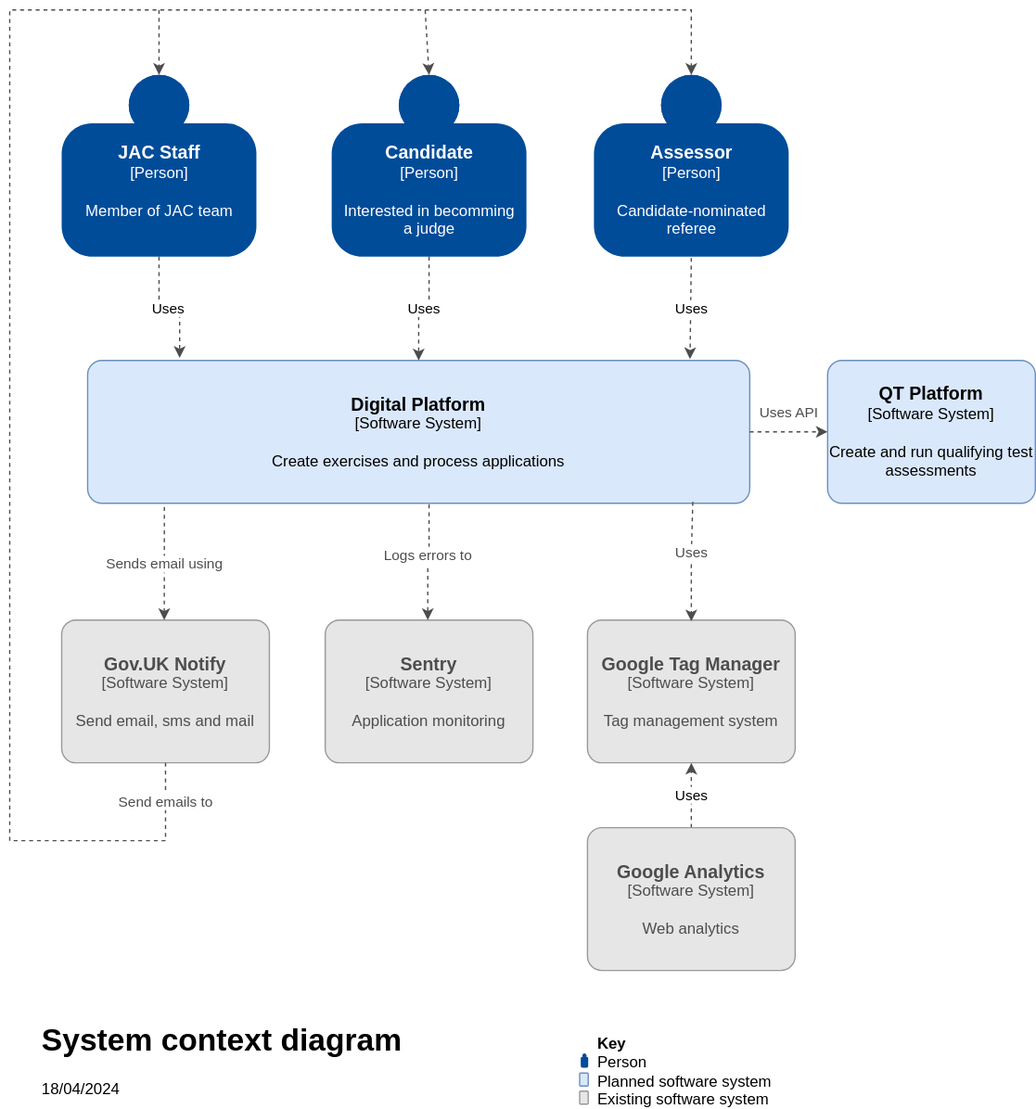
Above: docs/architecture/jac-digital-platform-architecture-Context.drawio.svg in jac-uk/documentation (draw.io), before the change. Source tidied: cells renumbered, new cells last; positions are measured from the earlier drawing's top-left corner, leaving out a move shared by most shapes. Its diagram source:
```xml
<mxGraphModel>
  <root>
    <mxCell id="0" />
    <mxCell id="1" parent="0" />
    <mxCell id="2" value="Uses" style="edgeStyle=orthogonalEdgeStyle;rounded=0;jettySize=auto;html=1;dashed=1;endArrow=classic;endFill=1;strokeColor=#4D4D4D;fontColor=#000000;entryX=0.139;entryY=-0.018;entryDx=0;entryDy=0;entryPerimeter=0;" parent="1" edge="1" source="3" target="8">
      <mxGeometry relative="1" as="geometry" />
    </mxCell>
    <mxCell id="3" value="&lt;div&gt;&lt;font size=&quot;1&quot;&gt;&lt;b style=&quot;font-size: 14px&quot;&gt;JAC Staff&lt;/b&gt;&lt;/font&gt;&lt;/div&gt;&lt;div&gt;[Person]&lt;b&gt;&lt;br&gt;&lt;/b&gt;&lt;/div&gt;&lt;div&gt;&lt;b&gt;&lt;br&gt;&lt;/b&gt;&lt;/div&gt;&lt;div&gt;Member of JAC team&lt;/div&gt;&lt;div&gt;&lt;b&gt;&lt;br&gt;&lt;/b&gt;&lt;/div&gt;" style="html=1;dashed=0;whitespace=wrap;shape=mxgraph.c4.person;align=center;points=[[0.5,0,0],[1,0.5,0],[1,0.75,0],[0.75,1,0],[0.5,1,0],[0.25,1,0],[0,0.75,0],[0,0.5,0]];fillColor=#004C99;fontColor=#FFFFFF;strokeColor=none;" parent="1" vertex="1">
      <mxGeometry x="40" y="50" width="150" height="140" as="geometry" />
    </mxCell>
    <mxCell id="4" style="edgeStyle=orthogonalEdgeStyle;rounded=0;orthogonalLoop=1;jettySize=auto;html=1;exitX=0.5;exitY=1;exitDx=0;exitDy=0;exitPerimeter=0;" parent="1" edge="1" source="3" target="3">
      <mxGeometry relative="1" as="geometry" />
    </mxCell>
    <mxCell id="5" value="&lt;div&gt;Uses&lt;/div&gt;" style="edgeStyle=orthogonalEdgeStyle;rounded=0;jettySize=auto;html=1;dashed=1;endArrow=classic;endFill=1;strokeColor=#4D4D4D;fontColor=#000000;" parent="1" edge="1" source="6" target="8">
      <mxGeometry relative="1" as="geometry" />
    </mxCell>
    <mxCell id="6" value="&lt;div&gt;&lt;font size=&quot;1&quot;&gt;&lt;b style=&quot;font-size: 14px&quot;&gt;Candidate&lt;/b&gt;&lt;/font&gt;&lt;/div&gt;&lt;div&gt;[Person]&lt;b&gt;&lt;br&gt;&lt;/b&gt;&lt;/div&gt;&lt;div&gt;&lt;b&gt;&lt;br&gt;&lt;/b&gt;&lt;/div&gt;&lt;div&gt;Interested in becomming&lt;/div&gt;&lt;div&gt; a judge&lt;b&gt;&lt;br&gt;&lt;/b&gt;&lt;/div&gt;" style="html=1;dashed=0;whitespace=wrap;shape=mxgraph.c4.person;align=center;points=[[0.5,0,0],[1,0.5,0],[1,0.75,0],[0.75,1,0],[0.5,1,0],[0.25,1,0],[0,0.75,0],[0,0.5,0]];fillColor=#004C99;fontColor=#FFFFFF;strokeColor=none;" parent="1" vertex="1">
      <mxGeometry x="248" y="50" width="150" height="140" as="geometry" />
    </mxCell>
    <mxCell id="7" value="&lt;div&gt;&lt;font size=&quot;1&quot;&gt;&lt;b style=&quot;font-size: 14px&quot;&gt;Assessor&lt;/b&gt;&lt;/font&gt;&lt;/div&gt;&lt;div&gt;[Person]&lt;b&gt;&lt;br&gt;&lt;/b&gt;&lt;/div&gt;&lt;div&gt;&lt;b&gt;&lt;br&gt;&lt;/b&gt;&lt;/div&gt;&lt;div&gt;Candidate-nominated &lt;br&gt;&lt;/div&gt;&lt;div&gt;referee&lt;b&gt;&lt;br&gt;&lt;/b&gt;&lt;/div&gt;" style="html=1;dashed=0;whitespace=wrap;shape=mxgraph.c4.person;align=center;points=[[0.5,0,0],[1,0.5,0],[1,0.75,0],[0.75,1,0],[0.5,1,0],[0.25,1,0],[0,0.75,0],[0,0.5,0]];fillColor=#004C99;fontColor=#FFFFFF;strokeColor=none;" parent="1" vertex="1">
      <mxGeometry x="450" y="50" width="150" height="140" as="geometry" />
    </mxCell>
    <mxCell id="8" value="&lt;font size=&quot;1&quot;&gt;&lt;b style=&quot;font-size: 14px&quot;&gt;Digital Platform&lt;br&gt;&lt;/b&gt;&lt;/font&gt;&lt;div&gt;[Software System]&lt;/div&gt;&lt;br&gt;&lt;div&gt;Create exercises and process applications&lt;br&gt;&lt;/div&gt;" style="rounded=1;whiteSpace=wrap;html=1;labelBackgroundColor=none;fillColor=#dae8fc;fontColor=#000000;align=center;arcSize=10;strokeColor=#6c8ebf;points=[[0.25,0,0],[0.5,0,0],[0.75,0,0],[1,0.25,0],[1,0.5,0],[1,0.75,0],[0.75,1,0],[0.5,1,0],[0.25,1,0],[0,0.75,0],[0,0.5,0],[0,0.25,0]];" parent="1" vertex="1">
      <mxGeometry x="60" y="270" width="510" height="110" as="geometry" />
    </mxCell>
    <mxCell id="9" value="&lt;b style=&quot;font-size: 14px&quot;&gt;Gov.UK Notify&lt;br&gt;&lt;/b&gt;&lt;div&gt;[Software System]&lt;/div&gt;&lt;br&gt;&lt;div&gt;Send email, sms and mail&lt;br&gt;&lt;/div&gt;" style="rounded=1;whiteSpace=wrap;html=1;labelBackgroundColor=none;align=center;arcSize=10;points=[[0.25,0,0],[0.5,0,0],[0.75,0,0],[1,0.25,0],[1,0.5,0],[1,0.75,0],[0.75,1,0],[0.5,1,0],[0.25,1,0],[0,0.75,0],[0,0.5,0],[0,0.25,0]];fillColor=#E6E6E6;fontColor=#4D4D4D;strokeColor=#999999;" parent="1" vertex="1">
      <mxGeometry x="40" y="470" width="160" height="110" as="geometry" />
    </mxCell>
    <mxCell id="10" style="endArrow=none;html=1;rounded=0;dashed=1;strokeColor=#4D4D4D;fontColor=#4D4D4D;" parent="1" edge="1">
      <mxGeometry relative="1" as="geometry">
        <mxPoint x="323" y="420" as="sourcePoint" />
        <mxPoint x="323" y="380" as="targetPoint" />
      </mxGeometry>
    </mxCell>
    <mxCell id="11" value="Sends email using" style="edgeStyle=orthogonalEdgeStyle;rounded=0;orthogonalLoop=1;jettySize=auto;html=1;dashed=1;strokeColor=#4D4D4D;fontColor=#4D4D4D;exitX=0.028;exitY=1.027;exitDx=0;exitDy=0;exitPerimeter=0;" parent="1" edge="1">
      <mxGeometry relative="1" as="geometry">
        <mxPoint x="119.1" y="383" as="sourcePoint" />
        <mxPoint x="119" y="470" as="targetPoint" />
        <Array as="points">
          <mxPoint x="119" y="420" />
          <mxPoint x="119" y="420" />
        </Array>
      </mxGeometry>
    </mxCell>
    <mxCell id="12" value="Send emails to" style="endArrow=classic;html=1;edgeStyle=orthogonalEdgeStyle;rounded=0;entryX=0.5;entryY=0;entryDx=0;entryDy=0;entryPerimeter=0;dashed=1;strokeColor=#4D4D4D;fontColor=#4D4D4D;exitX=0.5;exitY=1;exitDx=0;exitDy=0;exitPerimeter=0;" parent="1" edge="1" source="9" target="7">
      <mxGeometry x="-0.96" relative="1" as="geometry">
        <Array as="points">
          <mxPoint x="120" y="640" />
          <mxPoint y="640" />
          <mxPoint />
          <mxPoint x="525" />
        </Array>
      </mxGeometry>
    </mxCell>
    <mxCell id="13" style="endArrow=classic;html=1;dashed=1;rounded=0;entryX=0.5;entryY=0;entryDx=0;entryDy=0;entryPerimeter=0;strokeColor=#4D4D4D;fontColor=#4D4D4D;" parent="1" edge="1" target="6">
      <mxGeometry relative="1" as="geometry">
        <mxPoint x="320" as="sourcePoint" />
      </mxGeometry>
    </mxCell>
    <mxCell id="14" style="endArrow=classic;html=1;dashed=1;rounded=0;entryX=0.5;entryY=0;entryDx=0;entryDy=0;entryPerimeter=0;strokeColor=#4D4D4D;fontColor=#4D4D4D;" parent="1" edge="1">
      <mxGeometry relative="1" as="geometry">
        <mxPoint x="115" as="sourcePoint" />
        <mxPoint x="115" y="50" as="targetPoint" />
      </mxGeometry>
    </mxCell>
    <mxCell id="15" value="&lt;b style=&quot;font-size: 14px&quot;&gt;Sentry&lt;br&gt;&lt;/b&gt;&lt;div&gt;[Software System]&lt;/div&gt;&lt;br&gt;&lt;div&gt;Application monitoring&lt;br&gt;&lt;/div&gt;" style="rounded=1;whiteSpace=wrap;html=1;labelBackgroundColor=none;align=center;arcSize=10;fillColor=#E6E6E6;fontColor=#4D4D4D;strokeColor=#999999;" parent="1" vertex="1">
      <mxGeometry x="243" y="470" width="160" height="110" as="geometry" />
    </mxCell>
    <mxCell id="16" value="Logs errors to" style="endArrow=classic;html=1;dashed=1;rounded=0;strokeColor=#4D4D4D;fontColor=#4D4D4D;" parent="1" edge="1">
      <mxGeometry x="-1" y="-10" relative="1" as="geometry">
        <mxPoint x="322" y="430" as="sourcePoint" />
        <mxPoint x="322" y="470" as="targetPoint" />
        <mxPoint x="10" y="-10" as="offset" />
      </mxGeometry>
    </mxCell>
    <mxCell id="17" value="&lt;font style=&quot;font-size: 14px&quot;&gt;&lt;b&gt;Google Tag Manager&lt;br&gt;&lt;/b&gt;&lt;/font&gt;&lt;div&gt;&lt;font style=&quot;font-size: 12px&quot;&gt;[&lt;/font&gt;Software System]&lt;/div&gt;&lt;br&gt;&lt;div&gt;Tag management system&lt;br&gt;&lt;/div&gt;" style="rounded=1;whiteSpace=wrap;html=1;labelBackgroundColor=none;align=center;arcSize=10;points=[[0.25,0,0],[0.5,0,0],[0.75,0,0],[1,0.25,0],[1,0.5,0],[1,0.75,0],[0.75,1,0],[0.5,1,0],[0.25,1,0],[0,0.75,0],[0,0.5,0],[0,0.25,0]];fillColor=#E6E6E6;fontColor=#4D4D4D;strokeColor=#999999;" parent="1" vertex="1">
      <mxGeometry x="445" y="470" width="160" height="110" as="geometry" />
    </mxCell>
    <mxCell id="18" value="Uses" style="edgeStyle=orthogonalEdgeStyle;rounded=0;jettySize=auto;html=1;dashed=1;endArrow=classic;endFill=1;strokeColor=#4D4D4D;fontColor=#000000;" parent="1" edge="1" source="19" target="17">
      <mxGeometry relative="1" as="geometry" />
    </mxCell>
    <mxCell id="19" value="&lt;b style=&quot;font-size: 14px&quot;&gt;Google Analytics&lt;br&gt;&lt;/b&gt;&lt;div&gt;[Software System]&lt;/div&gt;&lt;br&gt;&lt;div&gt;Web analytics&lt;br&gt;&lt;/div&gt;" style="rounded=1;whiteSpace=wrap;html=1;labelBackgroundColor=none;align=center;arcSize=10;points=[[0.25,0,0],[0.5,0,0],[0.75,0,0],[1,0.25,0],[1,0.5,0],[1,0.75,0],[0.75,1,0],[0.5,1,0],[0.25,1,0],[0,0.75,0],[0,0.5,0],[0,0.25,0]];fillColor=#E6E6E6;fontColor=#4D4D4D;strokeColor=#999999;" parent="1" vertex="1">
      <mxGeometry x="445" y="630" width="160" height="110" as="geometry" />
    </mxCell>
    <mxCell id="20" value="Uses" style="endArrow=classic;html=1;dashed=1;rounded=0;entryX=0.5;entryY=0;entryDx=0;entryDy=0;entryPerimeter=0;strokeColor=#4D4D4D;fontColor=#4D4D4D;exitX=0.914;exitY=0.991;exitDx=0;exitDy=0;exitPerimeter=0;" parent="1" edge="1" source="8">
      <mxGeometry x="-0.15" relative="1" as="geometry">
        <mxPoint x="525" y="471" as="targetPoint" />
        <Array as="points">
          <mxPoint x="525" y="420" />
        </Array>
      </mxGeometry>
    </mxCell>
    <mxCell id="21" value="&lt;h1&gt;System context diagram&lt;br&gt;&lt;/h1&gt;&lt;p&gt;18/04/2024&lt;/p&gt;" style="text;html=1;strokeColor=none;fillColor=none;spacing=5;spacingTop=-20;whiteSpace=wrap;overflow=hidden;rounded=0;align=left;" parent="1" vertex="1">
      <mxGeometry x="20" y="774" width="355" height="70" as="geometry" />
    </mxCell>
    <mxCell id="22" style="group;" parent="1" vertex="1">
      <mxGeometry x="439" y="791" width="191" height="53" as="geometry" />
    </mxCell>
    <mxCell id="23" style="html=1;dashed=0;whitespace=wrap;shape=mxgraph.c4.person;align=center;fillColor=#004C99;fontColor=#FFFFFF;strokeColor=none;" parent="22" vertex="1">
      <mxGeometry x="0.8" y="13" width="5.8" height="11" as="geometry" />
    </mxCell>
    <mxCell id="24" value="&lt;div&gt;&lt;b&gt;Key&lt;/b&gt;&lt;br&gt;Person&lt;/div&gt;&lt;div&gt;Planned software system&lt;/div&gt;&lt;div&gt;Existing software system&lt;br&gt;&lt;/div&gt;" style="text;html=1;strokeColor=none;fillColor=none;align=left;verticalAlign=middle;whiteSpace=wrap;rounded=0;fontColor=#000000;" parent="22" vertex="1">
      <mxGeometry x="11.5" width="179.5" height="53" as="geometry" />
    </mxCell>
    <mxCell id="25" style="rounded=1;whiteSpace=wrap;html=1;labelBackgroundColor=none;fillColor=#dae8fc;fontColor=#000000;align=center;arcSize=10;strokeColor=#6c8ebf;" parent="22" vertex="1">
      <mxGeometry y="28" width="6.6" height="10" as="geometry" />
    </mxCell>
    <mxCell id="26" style="rounded=1;whiteSpace=wrap;html=1;labelBackgroundColor=none;fontColor=#000000;align=center;arcSize=10;fillColor=#E6E6E6;strokeColor=#999999;" parent="22" vertex="1">
      <mxGeometry y="42" width="6.6" height="10" as="geometry" />
    </mxCell>
    <mxCell id="27" value="Uses" style="endArrow=classic;html=1;dashed=1;strokeColor=#4D4D4D;fontColor=#000000;exitX=0.5;exitY=1;exitDx=0;exitDy=0;exitPerimeter=0;" parent="1" edge="1">
      <mxGeometry relative="1" as="geometry">
        <mxPoint x="525" y="191" as="sourcePoint" />
        <mxPoint x="524" y="269" as="targetPoint" />
      </mxGeometry>
    </mxCell>
    <mxCell id="28" value="&lt;font size=&quot;1&quot;&gt;&lt;b style=&quot;font-size: 14px&quot;&gt;QT Platform&lt;br&gt;&lt;/b&gt;&lt;/font&gt;&lt;div&gt;[Software System]&lt;/div&gt;&lt;br&gt;&lt;div&gt;Create and run qualifying test assessments&lt;br&gt;&lt;/div&gt;" style="rounded=1;whiteSpace=wrap;html=1;labelBackgroundColor=none;fillColor=#dae8fc;fontColor=#000000;align=center;arcSize=10;strokeColor=#6c8ebf;points=[[0.25,0,0],[0.5,0,0],[0.75,0,0],[1,0.25,0],[1,0.5,0],[1,0.75,0],[0.75,1,0],[0.5,1,0],[0.25,1,0],[0,0.75,0],[0,0.5,0],[0,0.25,0]];" parent="1" vertex="1">
      <mxGeometry x="630" y="270" width="160" height="110" as="geometry" />
    </mxCell>
    <mxCell id="29" value="Uses API" style="endArrow=classic;html=1;dashed=1;rounded=0;entryX=0;entryY=0.5;entryDx=0;entryDy=0;entryPerimeter=0;strokeColor=#4D4D4D;fontColor=#4D4D4D;exitX=1;exitY=0.5;exitDx=0;exitDy=0;exitPerimeter=0;" parent="1" edge="1" source="8" target="28">
      <mxGeometry y="15" relative="1" as="geometry">
        <Array as="points">
          <mxPoint x="600" y="325" />
        </Array>
      </mxGeometry>
    </mxCell>
  </root>
</mxGraphModel>
```
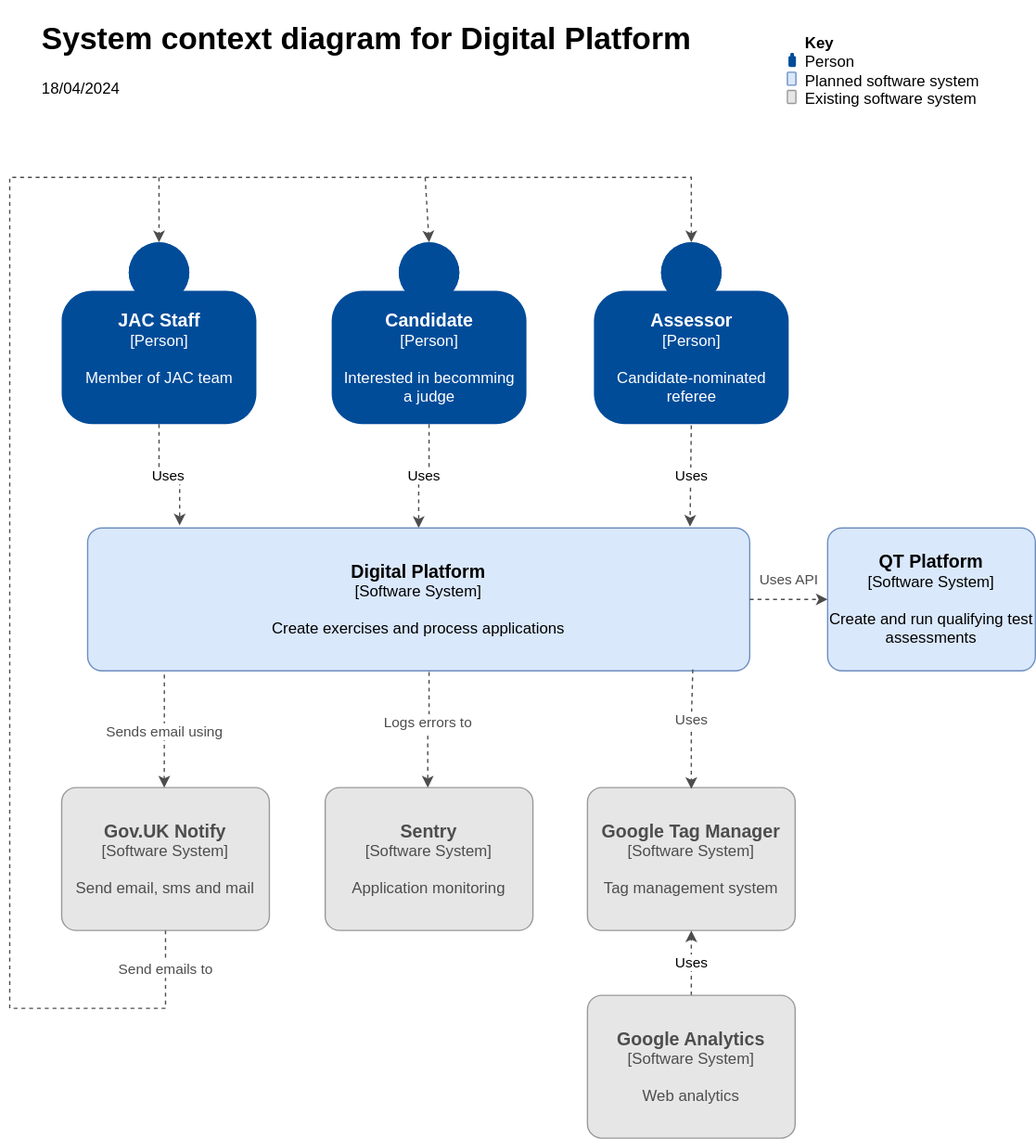
Above is the later version.

Diff of the diagram source:
```diff
@@ -90,11 +90,11 @@
         </Array>
       </mxGeometry>
     </mxCell>
-    <mxCell id="21" value="&lt;h1&gt;System context diagram&lt;br&gt;&lt;/h1&gt;&lt;p&gt;18/04/2024&lt;/p&gt;" style="text;html=1;strokeColor=none;fillColor=none;spacing=5;spacingTop=-20;whiteSpace=wrap;overflow=hidden;rounded=0;align=left;" parent="1" vertex="1">
-      <mxGeometry x="20" y="774" width="355" height="70" as="geometry" />
+    <mxCell id="21" value="&lt;h1&gt;System context diagram for Digital Platform&lt;br&gt;&lt;/h1&gt;&lt;p&gt;18/04/2024&lt;/p&gt;" style="text;html=1;strokeColor=none;fillColor=none;spacing=5;spacingTop=-20;whiteSpace=wrap;overflow=hidden;rounded=0;align=left;" parent="1" vertex="1">
+      <mxGeometry x="20" y="-126" width="540" height="70" as="geometry" />
     </mxCell>
     <mxCell id="22" style="group;" parent="1" vertex="1">
-      <mxGeometry x="439" y="791" width="191" height="53" as="geometry" />
+      <mxGeometry x="599" y="-109" width="191" height="53" as="geometry" />
     </mxCell>
     <mxCell id="23" style="html=1;dashed=0;whitespace=wrap;shape=mxgraph.c4.person;align=center;fillColor=#004C99;fontColor=#FFFFFF;strokeColor=none;" parent="22" vertex="1">
       <mxGeometry x="0.8" y="13" width="5.8" height="11" as="geometry" />
```
